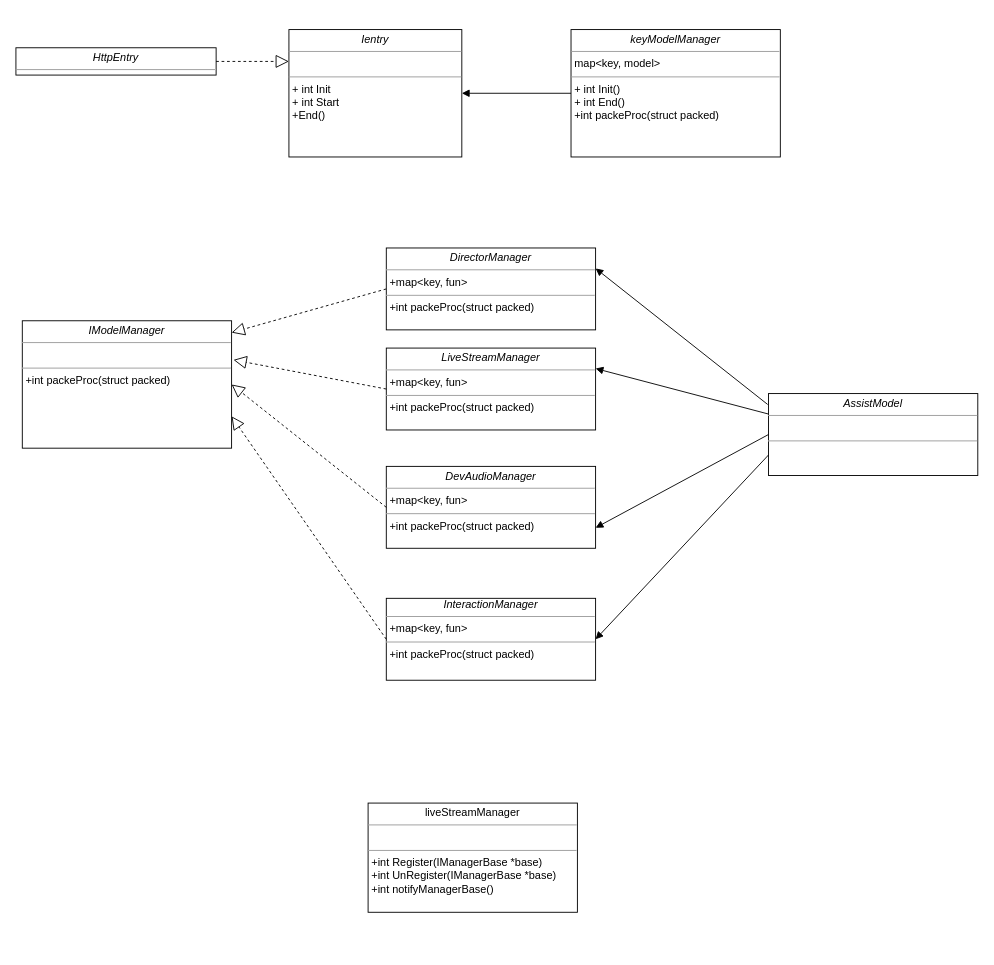
huangPeiLc/drawio keeps this draw.io diagram as 录播uml.drawio. Above is the earlier version. Source tidied: cells renumbered, new cells numbered last; positions are measured from the earlier drawing's top-left corner, leaving out a move shared by most shapes. Both pictures are drawn from the tidied source at 91%, with x=0, y=0 at pixel (15, 29).
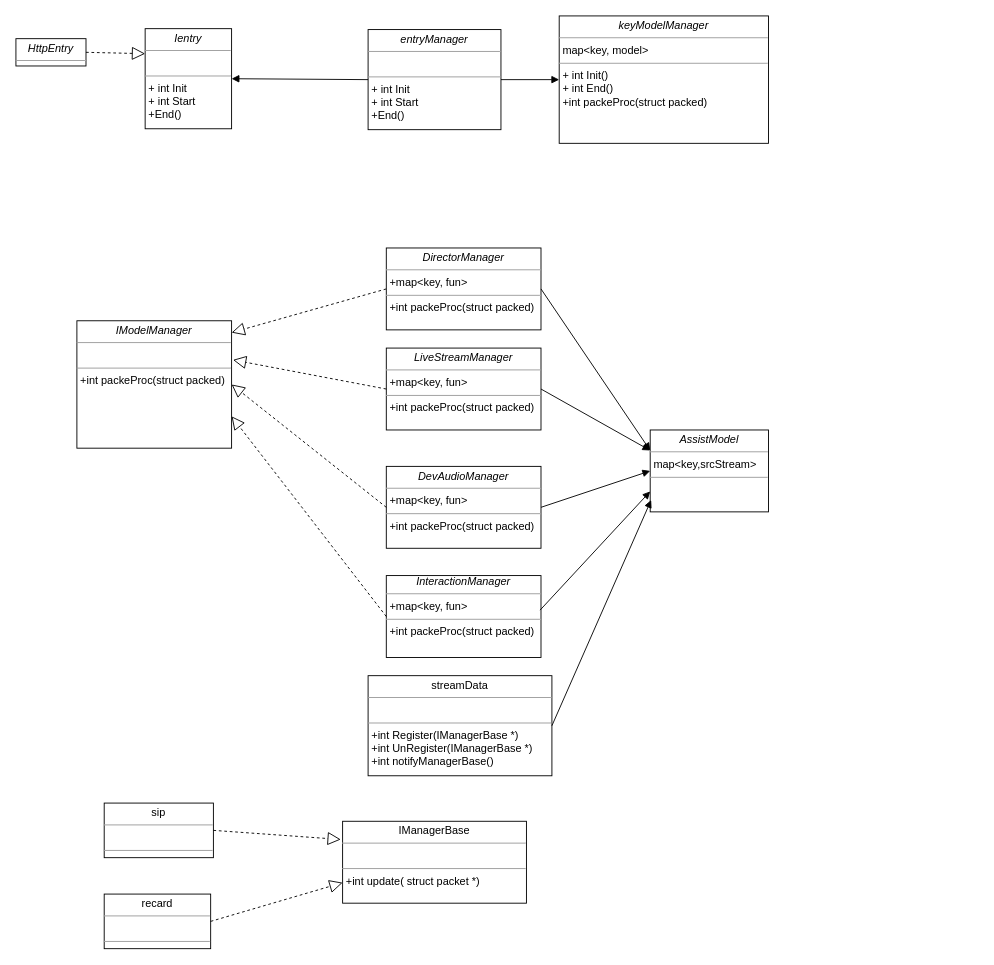
The same page after the edit.

Change to the diagram source:
```diff
@@
     <mxCell id="2" value="&lt;p style=&quot;margin: 0px ; margin-top: 4px ; text-align: center&quot;&gt;&lt;i&gt;Ientry&lt;/i&gt;&lt;/p&gt;&lt;hr size=&quot;1&quot;&gt;&lt;p style=&quot;margin: 0px ; margin-left: 4px&quot;&gt;&lt;br&gt;&lt;/p&gt;&lt;hr size=&quot;1&quot;&gt;&lt;p style=&quot;margin: 0px ; margin-left: 4px&quot;&gt;+ int Init&lt;br&gt;+ int Start&lt;/p&gt;&lt;p style=&quot;margin: 0px ; margin-left: 4px&quot;&gt;+End()&lt;/p&gt;" style="verticalAlign=top;align=left;overflow=fill;fontSize=12;fontFamily=Helvetica;html=1;rounded=0;shadow=0;comic=0;labelBackgroundColor=none;strokeColor=#000000;strokeWidth=1;fillColor=#ffffff;" parent="1" vertex="1">
-      <mxGeometry x="300" width="190" height="140" as="geometry" />
+      <mxGeometry x="142" y="-1" width="95" height="110" as="geometry" />
     </mxCell>
     <mxCell id="3" value="&lt;p style=&quot;margin: 0px ; margin-top: 4px ; text-align: center&quot;&gt;&lt;i&gt;HttpEntry&lt;/i&gt;&lt;/p&gt;&lt;hr size=&quot;1&quot;&gt;&lt;p style=&quot;margin: 0px ; margin-left: 4px&quot;&gt;&lt;br&gt;&lt;/p&gt;&lt;hr size=&quot;1&quot;&gt;&lt;p style=&quot;margin: 0px ; margin-left: 4px&quot;&gt;&lt;br&gt;&lt;/p&gt;" style="verticalAlign=top;align=left;overflow=fill;fontSize=12;fontFamily=Helvetica;html=1;rounded=0;shadow=0;comic=0;labelBackgroundColor=none;strokeColor=#000000;strokeWidth=1;fillColor=#ffffff;" parent="1" vertex="1">
-      <mxGeometry y="20" width="220" height="30" as="geometry" />
+      <mxGeometry y="10" width="77" height="30" as="geometry" />
     </mxCell>
@@
     <mxCell id="5" value="&lt;p style=&quot;margin: 0px ; margin-top: 4px ; text-align: center&quot;&gt;&lt;i&gt;keyModelManager&lt;/i&gt;&lt;/p&gt;&lt;hr size=&quot;1&quot;&gt;&lt;p style=&quot;margin: 0px ; margin-left: 4px&quot;&gt;map&amp;lt;key, model&amp;gt;&lt;/p&gt;&lt;hr size=&quot;1&quot;&gt;&lt;p style=&quot;margin: 0px ; margin-left: 4px&quot;&gt;+ int Init()&lt;br&gt;+ int End()&lt;/p&gt;&lt;p style=&quot;margin: 0px ; margin-left: 4px&quot;&gt;+int packeProc(struct packed)&lt;/p&gt;" style="verticalAlign=top;align=left;overflow=fill;fontSize=12;fontFamily=Helvetica;html=1;rounded=0;shadow=0;comic=0;labelBackgroundColor=none;strokeColor=#000000;strokeWidth=1;fillColor=#ffffff;" parent="1" vertex="1">
-      <mxGeometry x="610" width="230" height="140" as="geometry" />
+      <mxGeometry x="597" y="-15" width="230" height="140" as="geometry" />
     </mxCell>
-    <mxCell id="6" style="html=1;verticalAlign=bottom;endArrow=block;entryX=1;entryY=0.5;entryDx=0;entryDy=0;exitX=0;exitY=0.5;exitDx=0;exitDy=0;" parent="1" edge="1" source="5" target="2">
+    <mxCell id="6" style="html=1;verticalAlign=bottom;endArrow=block;entryX=0;entryY=0.5;entryDx=0;entryDy=0;exitX=1;exitY=0.5;exitDx=0;exitDy=0;" parent="1" edge="1" source="25" target="5">
       <mxGeometry relative="1" as="geometry" />
     </mxCell>
-    <mxCell id="7" value="&lt;p style=&quot;margin: 0px ; margin-top: 4px ; text-align: center&quot;&gt;&lt;span style=&quot;text-align: left&quot;&gt;liveStreamManager&lt;/span&gt;&lt;br&gt;&lt;/p&gt;&lt;hr size=&quot;1&quot;&gt;&lt;p style=&quot;margin: 0px ; margin-left: 4px&quot;&gt;&lt;br&gt;&lt;/p&gt;&lt;hr size=&quot;1&quot;&gt;&lt;p style=&quot;margin: 0px ; margin-left: 4px&quot;&gt;+&lt;span&gt;int Register(IManagerBase *base)&lt;/span&gt;&lt;/p&gt;&lt;p style=&quot;margin: 0px 0px 0px 4px&quot;&gt;+int UnRegister(IManagerBase *base)&lt;/p&gt;&lt;p style=&quot;margin: 0px 0px 0px 4px&quot;&gt;+int notifyManagerBase()&lt;/p&gt;&lt;p style=&quot;margin: 0px ; margin-left: 4px&quot;&gt;&lt;br&gt;&lt;/p&gt;" style="verticalAlign=top;align=left;overflow=fill;fontSize=12;fontFamily=Helvetica;html=1;rounded=0;shadow=0;comic=0;labelBackgroundColor=none;strokeColor=#000000;strokeWidth=1;fillColor=#ffffff;" parent="1" vertex="1">
-      <mxGeometry x="387" y="850" width="230" height="120" as="geometry" />
+    <mxCell id="7" value="&lt;p style=&quot;margin: 0px ; margin-top: 4px ; text-align: center&quot;&gt;&lt;span style=&quot;text-align: left&quot;&gt;streamData&lt;/span&gt;&lt;br&gt;&lt;/p&gt;&lt;hr size=&quot;1&quot;&gt;&lt;p style=&quot;margin: 0px ; margin-left: 4px&quot;&gt;&lt;br&gt;&lt;/p&gt;&lt;hr size=&quot;1&quot;&gt;&lt;p style=&quot;margin: 0px ; margin-left: 4px&quot;&gt;+&lt;span&gt;int Register(IManagerBase *)&lt;/span&gt;&lt;/p&gt;&lt;p style=&quot;margin: 0px 0px 0px 4px&quot;&gt;+int UnRegister(IManagerBase *)&lt;/p&gt;&lt;p style=&quot;margin: 0px 0px 0px 4px&quot;&gt;+int notifyManagerBase()&lt;/p&gt;&lt;p style=&quot;margin: 0px ; margin-left: 4px&quot;&gt;&lt;br&gt;&lt;/p&gt;" style="verticalAlign=top;align=left;overflow=fill;fontSize=12;fontFamily=Helvetica;html=1;rounded=0;shadow=0;comic=0;labelBackgroundColor=none;strokeColor=#000000;strokeWidth=1;fillColor=#ffffff;" parent="1" vertex="1">
+      <mxGeometry x="387" y="710" width="202" height="110" as="geometry" />
     </mxCell>
     <mxCell id="8" value="&lt;p style=&quot;margin: 0px ; margin-top: 4px ; text-align: center&quot;&gt;&lt;i&gt;IModelManager&lt;/i&gt;&lt;/p&gt;&lt;hr size=&quot;1&quot;&gt;&lt;p style=&quot;margin: 0px ; margin-left: 4px&quot;&gt;&lt;br&gt;&lt;/p&gt;&lt;hr size=&quot;1&quot;&gt;&lt;p style=&quot;margin: 0px ; margin-left: 4px&quot;&gt;&lt;span&gt;+int packeProc(struct packed)&lt;/span&gt;&lt;br&gt;&lt;/p&gt;" style="verticalAlign=top;align=left;overflow=fill;fontSize=12;fontFamily=Helvetica;html=1;rounded=0;shadow=0;comic=0;labelBackgroundColor=none;strokeColor=#000000;strokeWidth=1;fillColor=#ffffff;" parent="1" vertex="1">
-      <mxGeometry x="7" y="320" width="230" height="140" as="geometry" />
+      <mxGeometry x="67" y="320" width="170" height="140" as="geometry" />
     </mxCell>
@@
     <mxCell id="10" value="&lt;p style=&quot;margin: 0px ; margin-top: 4px ; text-align: center&quot;&gt;&lt;i&gt;DirectorManager&lt;/i&gt;&lt;/p&gt;&lt;hr size=&quot;1&quot;&gt;&lt;p style=&quot;margin: 0px ; margin-left: 4px&quot;&gt;+map&amp;lt;key, fun&amp;gt;&lt;br&gt;&lt;/p&gt;&lt;hr size=&quot;1&quot;&gt;&lt;p style=&quot;margin: 0px ; margin-left: 4px&quot;&gt;&lt;span&gt;+int packeProc(struct packed)&lt;/span&gt;&lt;br&gt;&lt;/p&gt;" style="verticalAlign=top;align=left;overflow=fill;fontSize=12;fontFamily=Helvetica;html=1;rounded=0;shadow=0;comic=0;labelBackgroundColor=none;strokeColor=#000000;strokeWidth=1;fillColor=#ffffff;" parent="1" vertex="1">
-      <mxGeometry x="407" y="240" width="230" height="90" as="geometry" />
+      <mxGeometry x="407" y="240" width="170" height="90" as="geometry" />
     </mxCell>
     <mxCell id="11" value="&lt;p style=&quot;margin: 0px ; margin-top: 4px ; text-align: center&quot;&gt;&lt;i&gt;LiveStreamManager&lt;/i&gt;&lt;/p&gt;&lt;hr size=&quot;1&quot;&gt;&lt;p style=&quot;margin: 0px ; margin-left: 4px&quot;&gt;+map&amp;lt;key, fun&amp;gt;&lt;br&gt;&lt;/p&gt;&lt;hr size=&quot;1&quot;&gt;&lt;p style=&quot;margin: 0px ; margin-left: 4px&quot;&gt;&lt;span&gt;+int packeProc(struct packed)&lt;/span&gt;&lt;br&gt;&lt;/p&gt;" style="verticalAlign=top;align=left;overflow=fill;fontSize=12;fontFamily=Helvetica;html=1;rounded=0;shadow=0;comic=0;labelBackgroundColor=none;strokeColor=#000000;strokeWidth=1;fillColor=#ffffff;" parent="1" vertex="1">
-      <mxGeometry x="407" y="350" width="230" height="90" as="geometry" />
+      <mxGeometry x="407" y="350" width="170" height="90" as="geometry" />
     </mxCell>
     <mxCell id="12" value="&lt;p style=&quot;margin: 0px ; margin-top: 4px ; text-align: center&quot;&gt;&lt;i&gt;DevAudioManager&lt;/i&gt;&lt;/p&gt;&lt;hr size=&quot;1&quot;&gt;&lt;p style=&quot;margin: 0px ; margin-left: 4px&quot;&gt;+map&amp;lt;key, fun&amp;gt;&lt;br&gt;&lt;/p&gt;&lt;hr size=&quot;1&quot;&gt;&lt;p style=&quot;margin: 0px ; margin-left: 4px&quot;&gt;&lt;span&gt;+int packeProc(struct packed)&lt;/span&gt;&lt;br&gt;&lt;/p&gt;" style="verticalAlign=top;align=left;overflow=fill;fontSize=12;fontFamily=Helvetica;html=1;rounded=0;shadow=0;comic=0;labelBackgroundColor=none;strokeColor=#000000;strokeWidth=1;fillColor=#ffffff;" parent="1" vertex="1">
-      <mxGeometry x="407" y="480" width="230" height="90" as="geometry" />
+      <mxGeometry x="407" y="480" width="170" height="90" as="geometry" />
     </mxCell>
@@
-    <mxCell id="15" value="&lt;p style=&quot;margin: 0px ; margin-top: 4px ; text-align: center&quot;&gt;&lt;i&gt;AssistModel&lt;/i&gt;&lt;/p&gt;&lt;hr size=&quot;1&quot;&gt;&lt;p style=&quot;margin: 0px ; margin-left: 4px&quot;&gt;&lt;br&gt;&lt;/p&gt;&lt;hr size=&quot;1&quot;&gt;&lt;p style=&quot;margin: 0px ; margin-left: 4px&quot;&gt;&lt;br&gt;&lt;/p&gt;" style="verticalAlign=top;align=left;overflow=fill;fontSize=12;fontFamily=Helvetica;html=1;rounded=0;shadow=0;comic=0;labelBackgroundColor=none;strokeColor=#000000;strokeWidth=1;fillColor=#ffffff;" parent="1" vertex="1">
-      <mxGeometry x="827" y="400" width="230" height="90" as="geometry" />
+    <mxCell id="15" value="&lt;p style=&quot;margin: 0px ; margin-top: 4px ; text-align: center&quot;&gt;&lt;i&gt;AssistModel&lt;/i&gt;&lt;/p&gt;&lt;hr size=&quot;1&quot;&gt;&lt;p style=&quot;margin: 0px ; margin-left: 4px&quot;&gt;map&amp;lt;key,srcStream&amp;gt;&lt;/p&gt;&lt;hr size=&quot;1&quot;&gt;&lt;p style=&quot;margin: 0px ; margin-left: 4px&quot;&gt;&lt;br&gt;&lt;/p&gt;" style="verticalAlign=top;align=left;overflow=fill;fontSize=12;fontFamily=Helvetica;html=1;rounded=0;shadow=0;comic=0;labelBackgroundColor=none;strokeColor=#000000;strokeWidth=1;fillColor=#ffffff;" parent="1" vertex="1">
+      <mxGeometry x="697" y="440" width="130" height="90" as="geometry" />
     </mxCell>
     <mxCell id="16" value="&lt;div style=&quot;text-align: center&quot;&gt;&lt;span&gt;&lt;i&gt;Interaction&lt;/i&gt;&lt;/span&gt;&lt;i&gt;Manager&lt;/i&gt;&lt;/div&gt;&lt;hr size=&quot;1&quot;&gt;&lt;p style=&quot;margin: 0px ; margin-left: 4px&quot;&gt;+map&amp;lt;key, fun&amp;gt;&lt;br&gt;&lt;/p&gt;&lt;hr size=&quot;1&quot;&gt;&lt;p style=&quot;margin: 0px ; margin-left: 4px&quot;&gt;&lt;span&gt;+int packeProc(struct packed)&lt;/span&gt;&lt;br&gt;&lt;/p&gt;" style="verticalAlign=top;align=left;overflow=fill;fontSize=12;fontFamily=Helvetica;html=1;rounded=0;shadow=0;comic=0;labelBackgroundColor=none;strokeColor=#000000;strokeWidth=1;fillColor=#ffffff;" parent="1" vertex="1">
-      <mxGeometry x="407" y="625" width="230" height="90" as="geometry" />
+      <mxGeometry x="407" y="600" width="170" height="90" as="geometry" />
     </mxCell>
@@
-    <mxCell id="18" style="html=1;verticalAlign=bottom;endArrow=block;entryX=1;entryY=0.25;entryDx=0;entryDy=0;exitX=-0.004;exitY=0.133;exitDx=0;exitDy=0;exitPerimeter=0;" parent="1" edge="1" source="15" target="10">
+    <mxCell id="18" style="html=1;verticalAlign=bottom;endArrow=block;entryX=0;entryY=0.25;entryDx=0;entryDy=0;exitX=1;exitY=0.5;exitDx=0;exitDy=0;" parent="1" edge="1" source="10" target="15">
       <mxGeometry relative="1" as="geometry" />
     </mxCell>
-    <mxCell id="19" style="html=1;verticalAlign=bottom;endArrow=block;entryX=1;entryY=0.25;entryDx=0;entryDy=0;exitX=0;exitY=0.25;exitDx=0;exitDy=0;" parent="1" edge="1" source="15" target="11">
+    <mxCell id="19" style="html=1;verticalAlign=bottom;endArrow=block;entryX=0;entryY=0.25;entryDx=0;entryDy=0;exitX=1;exitY=0.5;exitDx=0;exitDy=0;" parent="1" edge="1" source="11" target="15">
       <mxGeometry relative="1" as="geometry" />
     </mxCell>
-    <mxCell id="20" style="html=1;verticalAlign=bottom;endArrow=block;entryX=1;entryY=0.75;entryDx=0;entryDy=0;exitX=0;exitY=0.5;exitDx=0;exitDy=0;" parent="1" edge="1" source="15" target="12">
+    <mxCell id="20" style="html=1;verticalAlign=bottom;endArrow=block;entryX=0;entryY=0.5;entryDx=0;entryDy=0;exitX=1;exitY=0.5;exitDx=0;exitDy=0;" parent="1" edge="1" source="12" target="15">
       <mxGeometry relative="1" as="geometry" />
     </mxCell>
-    <mxCell id="21" style="html=1;verticalAlign=bottom;endArrow=block;entryX=1;entryY=0.5;entryDx=0;entryDy=0;exitX=0;exitY=0.75;exitDx=0;exitDy=0;" parent="1" edge="1" source="15" target="16">
+    <mxCell id="21" style="html=1;verticalAlign=bottom;endArrow=block;entryX=0;entryY=0.75;entryDx=0;entryDy=0;exitX=0.994;exitY=0.422;exitDx=0;exitDy=0;exitPerimeter=0;" parent="1" edge="1" source="16" target="15">
       <mxGeometry relative="1" as="geometry" />
     </mxCell>
+    <mxCell id="22" style="html=1;verticalAlign=bottom;endArrow=block;entryX=0.008;entryY=0.856;entryDx=0;entryDy=0;entryPerimeter=0;exitX=1;exitY=0.5;exitDx=0;exitDy=0;" parent="1" edge="1" source="7" target="15">
+      <mxGeometry relative="1" as="geometry" />
+    </mxCell>
+    <mxCell id="23" value="&lt;p style=&quot;margin: 0px ; margin-top: 4px ; text-align: center&quot;&gt;&lt;span style=&quot;text-align: left&quot;&gt;recard&lt;/span&gt;&lt;br&gt;&lt;/p&gt;&lt;hr size=&quot;1&quot;&gt;&lt;p style=&quot;margin: 0px ; margin-left: 4px&quot;&gt;&lt;br&gt;&lt;/p&gt;&lt;hr size=&quot;1&quot;&gt;&lt;p style=&quot;margin: 0px ; margin-left: 4px&quot;&gt;&lt;br&gt;&lt;/p&gt;&lt;p style=&quot;margin: 0px ; margin-left: 4px&quot;&gt;&lt;br&gt;&lt;/p&gt;" style="verticalAlign=top;align=left;overflow=fill;fontSize=12;fontFamily=Helvetica;html=1;rounded=0;shadow=0;comic=0;labelBackgroundColor=none;strokeColor=#000000;strokeWidth=1;fillColor=#ffffff;" parent="1" vertex="1">
+      <mxGeometry x="97" y="950" width="117" height="60" as="geometry" />
+    </mxCell>
+    <mxCell id="24" value="&lt;p style=&quot;margin: 0px ; margin-top: 4px ; text-align: center&quot;&gt;&lt;span style=&quot;text-align: left&quot;&gt;sip&lt;/span&gt;&lt;br&gt;&lt;/p&gt;&lt;hr size=&quot;1&quot;&gt;&lt;p style=&quot;margin: 0px ; margin-left: 4px&quot;&gt;&lt;br&gt;&lt;/p&gt;&lt;hr size=&quot;1&quot;&gt;&lt;p style=&quot;margin: 0px ; margin-left: 4px&quot;&gt;&lt;br&gt;&lt;/p&gt;&lt;p style=&quot;margin: 0px ; margin-left: 4px&quot;&gt;&lt;br&gt;&lt;/p&gt;" style="verticalAlign=top;align=left;overflow=fill;fontSize=12;fontFamily=Helvetica;html=1;rounded=0;shadow=0;comic=0;labelBackgroundColor=none;strokeColor=#000000;strokeWidth=1;fillColor=#ffffff;" parent="1" vertex="1">
+      <mxGeometry x="97" y="850" width="120" height="60" as="geometry" />
+    </mxCell>
+    <mxCell id="25" value="&lt;p style=&quot;margin: 0px ; margin-top: 4px ; text-align: center&quot;&gt;&lt;i&gt;entryManager&lt;/i&gt;&lt;/p&gt;&lt;hr size=&quot;1&quot;&gt;&lt;p style=&quot;margin: 0px ; margin-left: 4px&quot;&gt;&lt;br&gt;&lt;/p&gt;&lt;hr size=&quot;1&quot;&gt;&lt;p style=&quot;margin: 0px ; margin-left: 4px&quot;&gt;+ int Init&lt;br&gt;+ int Start&lt;/p&gt;&lt;p style=&quot;margin: 0px ; margin-left: 4px&quot;&gt;+End()&lt;/p&gt;" style="verticalAlign=top;align=left;overflow=fill;fontSize=12;fontFamily=Helvetica;html=1;rounded=0;shadow=0;comic=0;labelBackgroundColor=none;strokeColor=#000000;strokeWidth=1;fillColor=#ffffff;" parent="1" vertex="1">
+      <mxGeometry x="387" width="146" height="110" as="geometry" />
+    </mxCell>
+    <mxCell id="26" style="html=1;verticalAlign=bottom;endArrow=block;exitX=0;exitY=0.5;exitDx=0;exitDy=0;entryX=1;entryY=0.5;entryDx=0;entryDy=0;" parent="1" edge="1" source="25" target="2">
+      <mxGeometry relative="1" as="geometry" />
+    </mxCell>
+    <mxCell id="27" value="&lt;p style=&quot;margin: 0px ; margin-top: 4px ; text-align: center&quot;&gt;&lt;span style=&quot;text-align: left&quot;&gt;IManagerBase&lt;/span&gt;&lt;br&gt;&lt;/p&gt;&lt;hr size=&quot;1&quot;&gt;&lt;p style=&quot;margin: 0px ; margin-left: 4px&quot;&gt;&lt;br&gt;&lt;/p&gt;&lt;hr size=&quot;1&quot;&gt;&lt;p style=&quot;margin: 0px ; margin-left: 4px&quot;&gt;+&lt;span&gt;int update( struct packet *)&lt;/span&gt;&lt;/p&gt;&lt;p style=&quot;margin: 0px ; margin-left: 4px&quot;&gt;&lt;br&gt;&lt;/p&gt;" style="verticalAlign=top;align=left;overflow=fill;fontSize=12;fontFamily=Helvetica;html=1;rounded=0;shadow=0;comic=0;labelBackgroundColor=none;strokeColor=#000000;strokeWidth=1;fillColor=#ffffff;" parent="1" vertex="1">
+      <mxGeometry x="359" y="870" width="202" height="90" as="geometry" />
+    </mxCell>
+    <mxCell id="28" style="endArrow=block;dashed=1;endFill=0;endSize=12;html=1;exitX=1;exitY=0.5;exitDx=0;exitDy=0;" parent="1" edge="1" source="24">
+      <mxGeometry relative="1" as="geometry">
+        <mxPoint x="357" y="890" as="targetPoint" />
+      </mxGeometry>
+    </mxCell>
+    <mxCell id="29" style="endArrow=block;dashed=1;endFill=0;endSize=12;html=1;exitX=1;exitY=0.5;exitDx=0;exitDy=0;entryX=0;entryY=0.75;entryDx=0;entryDy=0;" parent="1" edge="1" source="23" target="27">
+      <mxGeometry relative="1" as="geometry" />
+    </mxCell>
```
